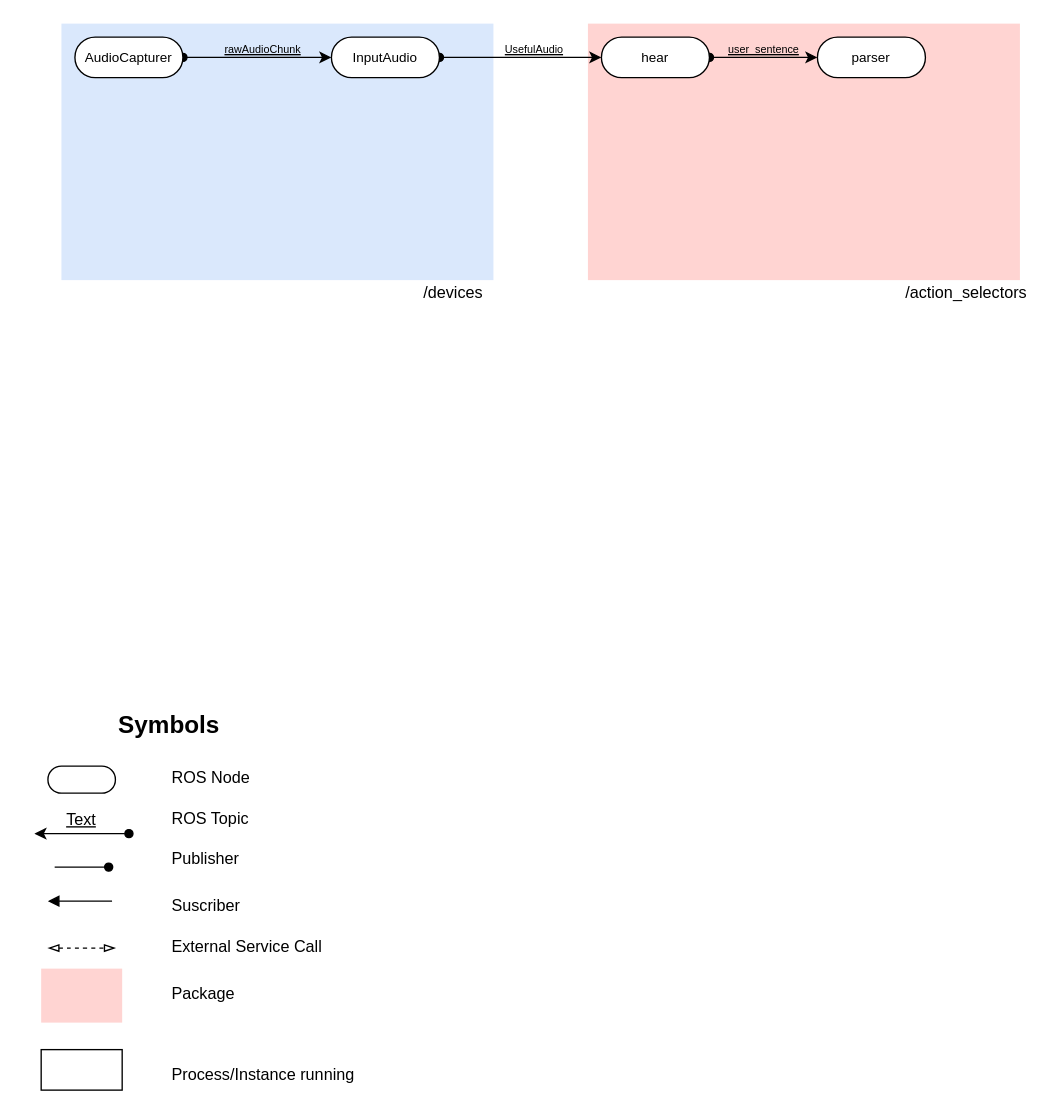
The draw.io diagram Untitled Diagram.drawio in RoBorregos/robocup-home, before the edit. Source tidied: cells renumbered, new cells numbered last; positions are measured from the earlier drawing's top-left corner, leaving out a move shared by most shapes. Both pictures are drawn from the tidied source at 135%, with x=0, y=0 at pixel (34, 23).
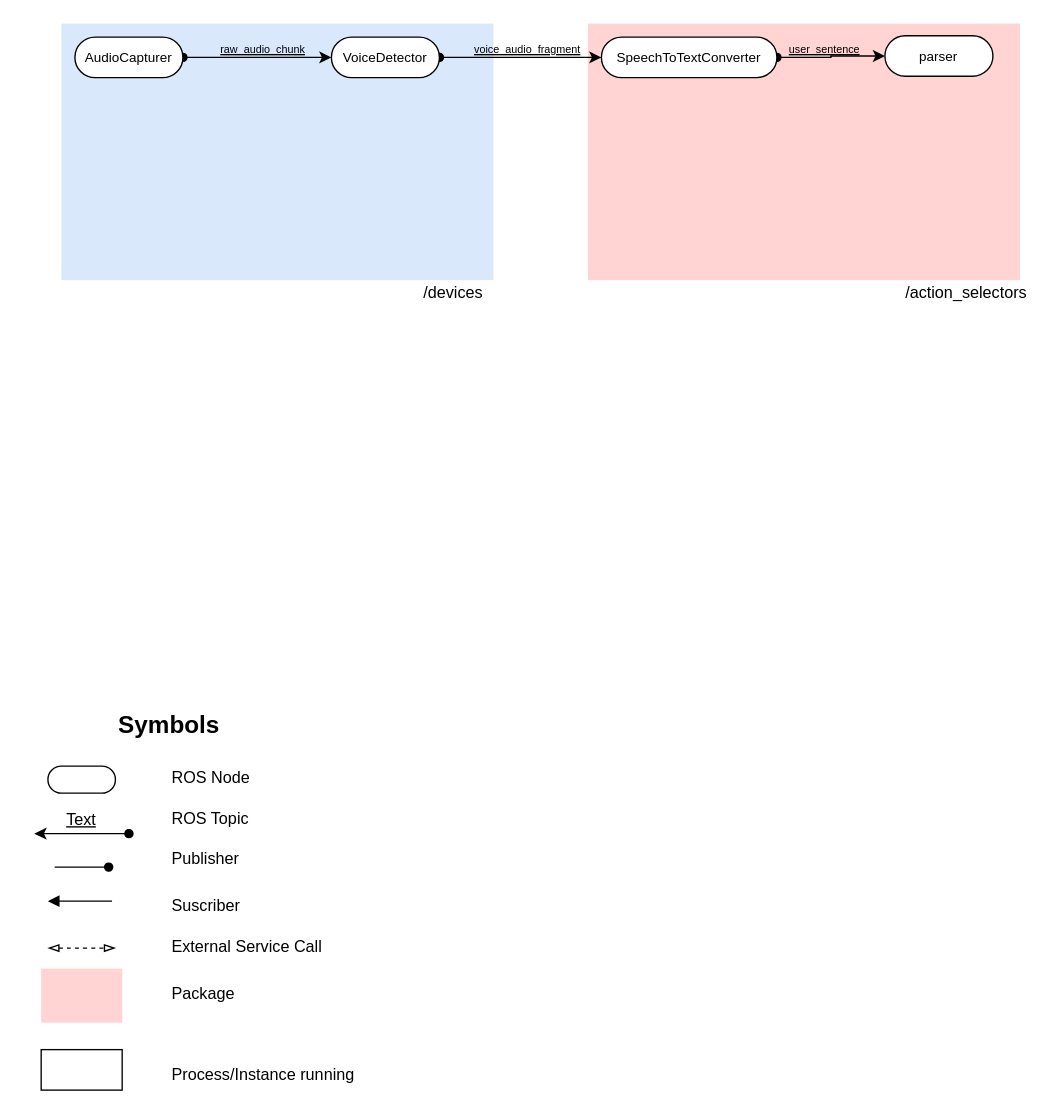
The same page after the edit.

Diff of the diagram source:
```diff
@@
-    <mxCell id="25" value="&lt;font style=&quot;font-size: 10px&quot;&gt;InputAudio&lt;/font&gt;" style="rounded=1;whiteSpace=wrap;html=1;arcSize=50;" parent="1" vertex="1">
+    <mxCell id="25" value="&lt;font style=&quot;font-size: 10px&quot;&gt;VoiceDetector&lt;/font&gt;" style="rounded=1;whiteSpace=wrap;html=1;arcSize=50;" parent="1" vertex="1">
       <mxGeometry x="220" y="10" width="80" height="30" as="geometry" />
     </mxCell>
-    <mxCell id="26" value="&lt;u&gt;rawAudioChunk&lt;/u&gt;" style="text;html=1;align=center;verticalAlign=middle;fontSize=8;" parent="1" vertex="1">
-      <mxGeometry x="134" y="9" width="70" height="20" as="geometry" />
+    <mxCell id="26" value="&lt;u&gt;raw_audio_chunk&lt;/u&gt;" style="text;html=1;align=center;verticalAlign=middle;fontSize=8;" parent="1" vertex="1">
+      <mxGeometry x="129" y="9" width="80" height="20" as="geometry" />
     </mxCell>
@@
-    <mxCell id="28" value="&lt;font style=&quot;font-size: 10px&quot;&gt;hear&lt;/font&gt;" style="rounded=1;whiteSpace=wrap;html=1;arcSize=50;" parent="1" vertex="1">
-      <mxGeometry x="420" y="10" width="80" height="30" as="geometry" />
+    <mxCell id="28" value="&lt;font style=&quot;font-size: 10px&quot;&gt;SpeechToTextConverter&lt;/font&gt;" style="rounded=1;whiteSpace=wrap;html=1;arcSize=50;" parent="1" vertex="1">
+      <mxGeometry x="420" y="10" width="130" height="30" as="geometry" />
     </mxCell>
-    <mxCell id="29" value="&lt;u&gt;UsefulAudio&lt;/u&gt;" style="text;html=1;align=center;verticalAlign=middle;fontSize=8;" parent="1" vertex="1">
-      <mxGeometry x="340" y="9" width="60" height="20" as="geometry" />
+    <mxCell id="29" value="&lt;u&gt;voice_audio_fragment&lt;/u&gt;" style="text;html=1;align=center;verticalAlign=middle;fontSize=8;" parent="1" vertex="1">
+      <mxGeometry x="320" y="9" width="90" height="20" as="geometry" />
     </mxCell>
     <mxCell id="30" value="&lt;font style=&quot;font-size: 10px&quot;&gt;parser&lt;/font&gt;" style="rounded=1;whiteSpace=wrap;html=1;arcSize=50;" parent="1" vertex="1">
-      <mxGeometry x="580" y="10" width="80" height="30" as="geometry" />
+      <mxGeometry x="630" y="9" width="80" height="30" as="geometry" />
     </mxCell>
     <mxCell id="31" value="&lt;u&gt;user_sentence&lt;/u&gt;" style="text;html=1;align=center;verticalAlign=middle;fontSize=8;" parent="1" vertex="1">
-      <mxGeometry x="505" y="9" width="70" height="20" as="geometry" />
+      <mxGeometry x="550" y="9" width="70" height="20" as="geometry" />
     </mxCell>
```
